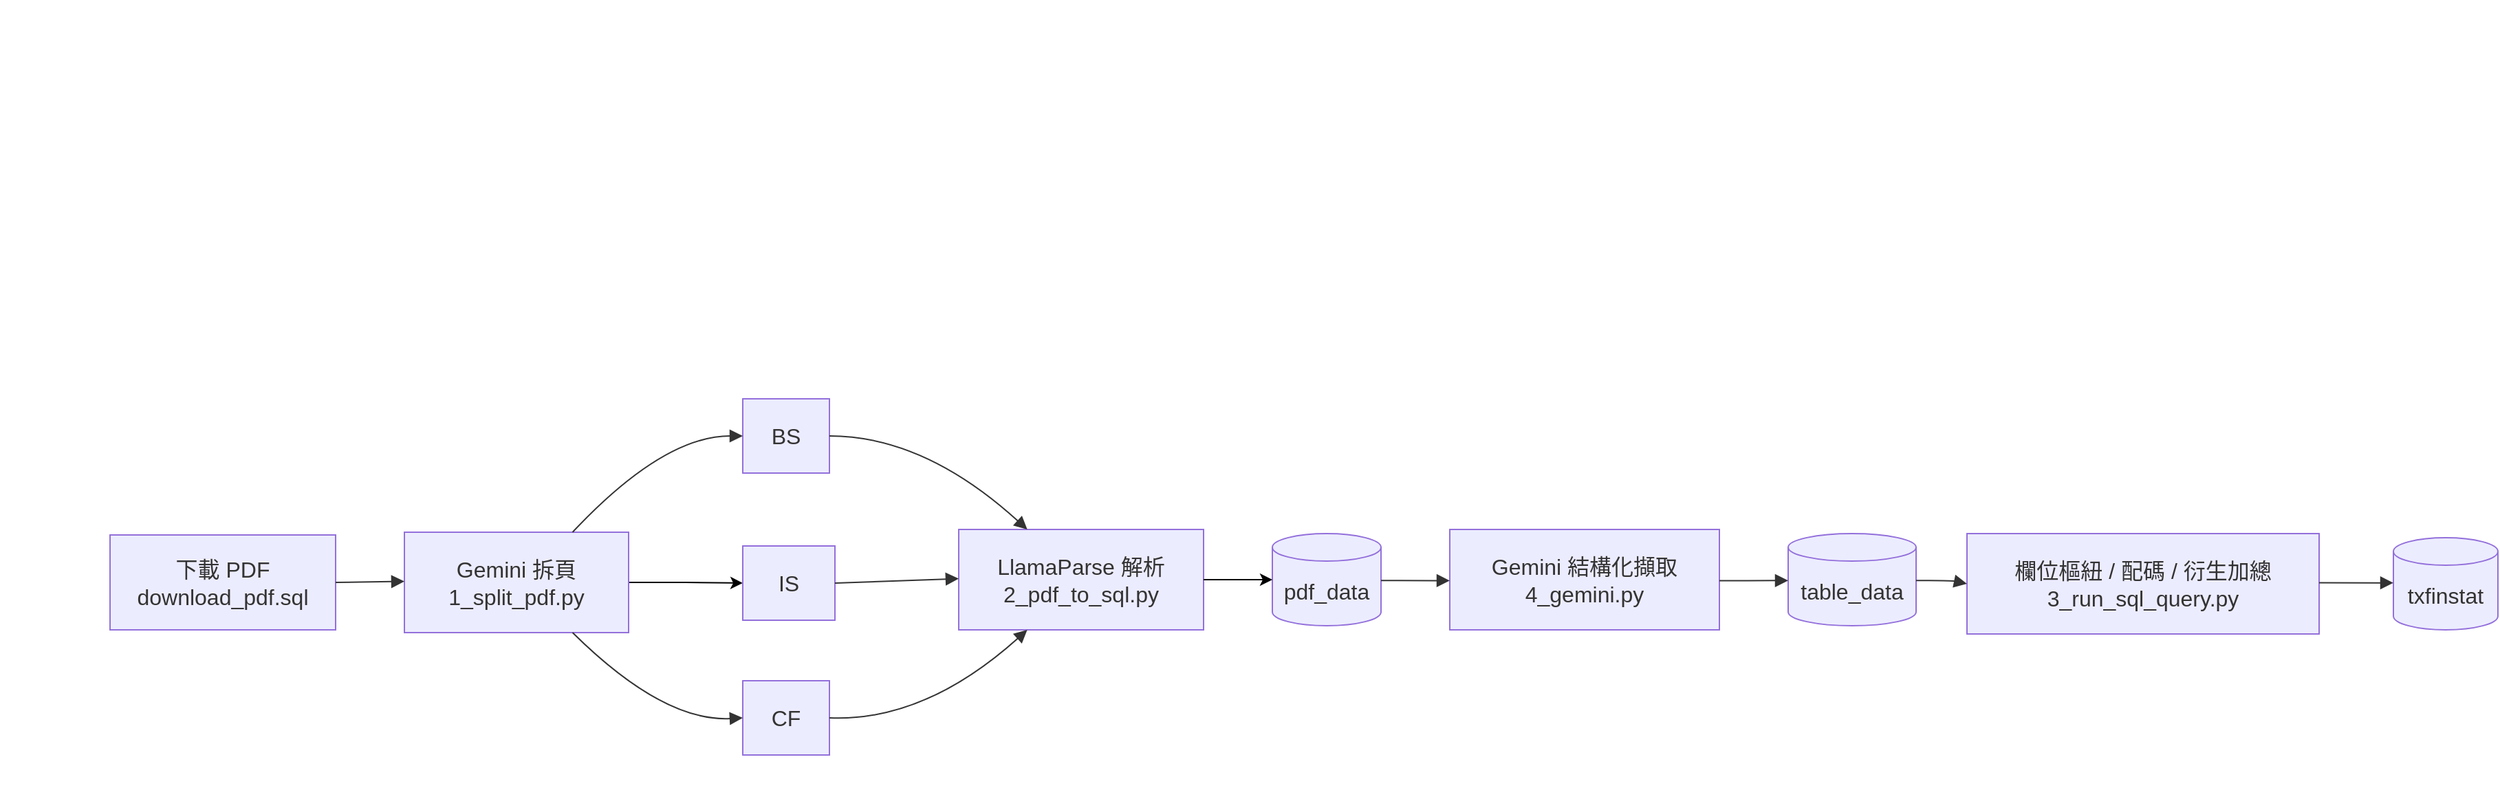
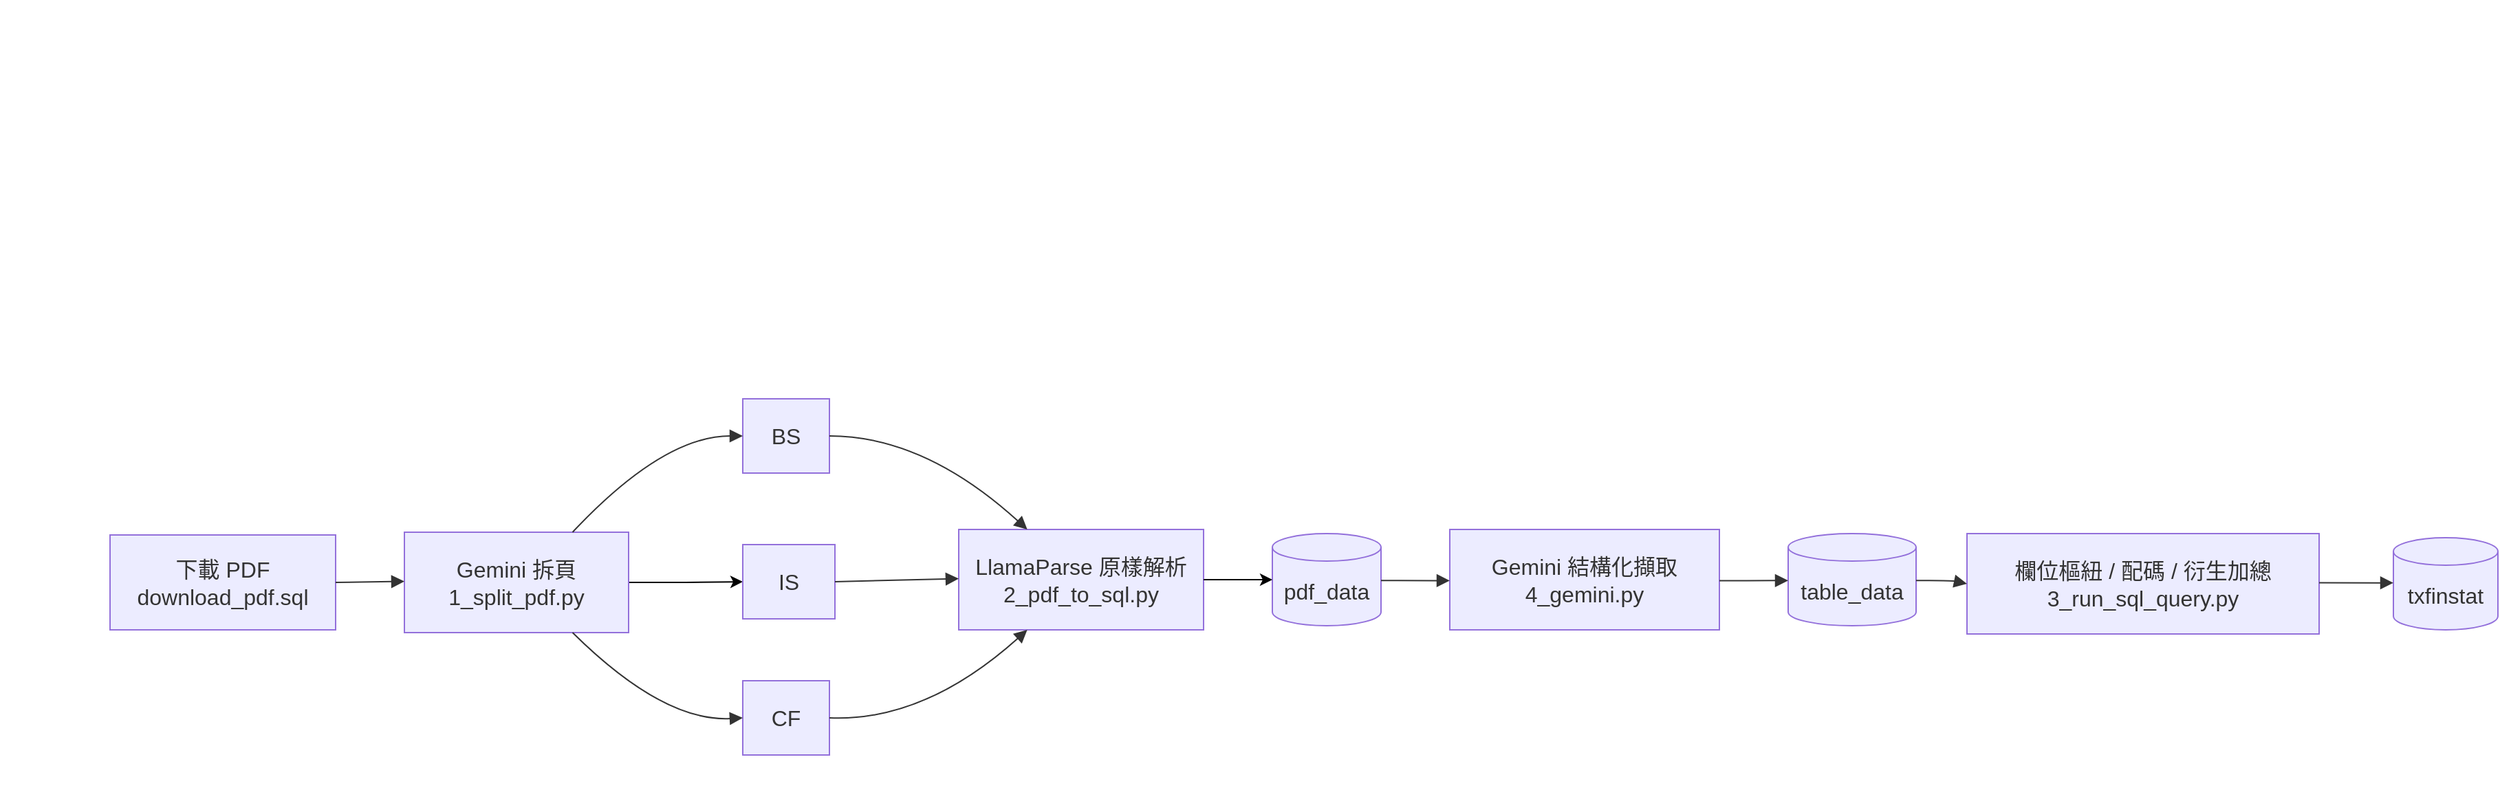
<mxfile host="app.diagrams.net" agent="Mozilla/5.0 (Windows NT 10.0; Win64; x64) AppleWebKit/537.36 (KHTML, like Gecko) Chrome/149.0.0.0 Safari/537.36">
  <diagram name="第 1 页" id="5wr4hw0qbn9dIjVRQ1fE">
-     <mxGraphModel dx="916" dy="534" grid="1" gridSize="10" guides="1" tooltips="1" connect="1" arrows="1" fold="1" page="1" pageScale="1" pageWidth="1169" pageHeight="827" math="0" shadow="0">
+     <mxGraphModel dx="4580" dy="2670" grid="1" gridSize="10" guides="1" tooltips="1" connect="1" arrows="1" fold="1" page="1" pageScale="1" pageWidth="1169" pageHeight="827" math="0" shadow="0">
      <root>
        <mxCell id="0" />
        <mxCell id="1" parent="0" />
        <UserObject label="" mermaidData="{&#xa;  &quot;data&quot;: &quot;flowchart LR\n  A[下載 PDF] --&gt; B[\&quot;Gemini 拆頁&lt;br&gt;1_split_pdf.py\&quot;]\n  B --&gt; C1[資產負債表]\n  B --&gt; C2[損益表]\n  B --&gt; C3[現金流量表]\n  C1 &amp; C2 &amp; C3 --&gt; D[\&quot;LlamaParse 解析&lt;br&gt;2_pdf_to_sql.py\&quot;]\n  D --&gt; E[(pdf_data)]\n  E --&gt; G[\&quot;Gemini 結構化擷取&lt;br&gt;4_gemini.py\&quot;]\n  G --&gt; F[(table_data)]\n  F --&gt; I[\&quot;欄位樞紐 / 配碼 / 衍生加總&lt;br&gt;3_run_sql_query.py\&quot;]\n  I --&gt; H[(txfinstat)]\n  B &amp; D -- \&quot;1,2 完成後\&quot; --&gt; I&quot;,&#xa;  &quot;config&quot;: null&#xa;}" id="uEy8U-7W5a8DpbSbEBy_-81">
          <mxCell connectable="0" parent="1" style="group;transparentBounds=1;editIcon=1;lockedGroup=0;groupPadding=20;" vertex="1">
            <mxGeometry height="572" width="610" as="geometry" />
          </mxCell>
        </UserObject>
        <UserObject label="下載 PDF&lt;div&gt;download_pdf.sql&lt;/div&gt;" mermaidId="n:A" mermaidBaseStyle="html=1;whiteSpace=wrap;strokeWidth=1;fillColor=light-dark(#ECECFF,#1f2020);strokeColor=light-dark(#9370DB,#cccccc);fontColor=light-dark(#333333,#cccccc);fontFamily=Trebuchet MS,Verdana,Arial,sans-serif;fontSize=16;" mermaidBaseValue="下載 PDF" id="uEy8U-7W5a8DpbSbEBy_-82">
          <mxCell parent="uEy8U-7W5a8DpbSbEBy_-81" style="html=1;whiteSpace=wrap;strokeWidth=1;fillColor=light-dark(#ECECFF,#1f2020);strokeColor=light-dark(#9370DB,#cccccc);fontColor=light-dark(#333333,#cccccc);fontFamily=Trebuchet MS,Verdana,Arial,sans-serif;fontSize=16;" vertex="1">
            <mxGeometry height="69" width="164" x="80" y="389" as="geometry" />
          </mxCell>
        </UserObject>
        <mxCell id="uEy8U-7W5a8DpbSbEBy_-109" edge="1" parent="uEy8U-7W5a8DpbSbEBy_-81" source="uEy8U-7W5a8DpbSbEBy_-83" style="edgeStyle=orthogonalEdgeStyle;rounded=0;orthogonalLoop=1;jettySize=auto;html=1;exitX=1;exitY=0.5;exitDx=0;exitDy=0;entryX=0;entryY=0.5;entryDx=0;entryDy=0;" target="uEy8U-7W5a8DpbSbEBy_-85">
          <mxGeometry relative="1" as="geometry" />
        </mxCell>
        <UserObject label="Gemini 拆頁&#xa;1_split_pdf.py" mermaidId="n:B" mermaidBaseStyle="html=1;whiteSpace=wrap;strokeWidth=1;fillColor=light-dark(#ECECFF,#1f2020);strokeColor=light-dark(#9370DB,#cccccc);fontColor=light-dark(#333333,#cccccc);fontFamily=Trebuchet MS,Verdana,Arial,sans-serif;fontSize=16;" mermaidBaseValue="Gemini 拆頁&#xa;1_split_pdf.py" id="uEy8U-7W5a8DpbSbEBy_-83">
          <mxCell parent="uEy8U-7W5a8DpbSbEBy_-81" style="html=1;whiteSpace=wrap;strokeWidth=1;fillColor=light-dark(#ECECFF,#1f2020);strokeColor=light-dark(#9370DB,#cccccc);fontColor=light-dark(#333333,#cccccc);fontFamily=Trebuchet MS,Verdana,Arial,sans-serif;fontSize=16;" vertex="1">
            <mxGeometry height="73" width="163" x="294" y="387" as="geometry" />
          </mxCell>
        </UserObject>
        <UserObject label="BS" mermaidId="n:C1" mermaidBaseStyle="html=1;whiteSpace=wrap;strokeWidth=1;fillColor=light-dark(#ECECFF,#1f2020);strokeColor=light-dark(#9370DB,#cccccc);fontColor=light-dark(#333333,#cccccc);fontFamily=Trebuchet MS,Verdana,Arial,sans-serif;fontSize=16;" mermaidBaseValue="資產負債表" id="uEy8U-7W5a8DpbSbEBy_-84">
          <mxCell parent="uEy8U-7W5a8DpbSbEBy_-81" style="html=1;whiteSpace=wrap;strokeWidth=1;fillColor=light-dark(#ECECFF,#1f2020);strokeColor=light-dark(#9370DB,#cccccc);fontColor=light-dark(#333333,#cccccc);fontFamily=Trebuchet MS,Verdana,Arial,sans-serif;fontSize=16;" vertex="1">
            <mxGeometry height="54" width="63" x="540" y="290" as="geometry" />
          </mxCell>
        </UserObject>
        <UserObject label="IS" mermaidId="n:C2" mermaidBaseStyle="html=1;whiteSpace=wrap;strokeWidth=1;fillColor=light-dark(#ECECFF,#1f2020);strokeColor=light-dark(#9370DB,#cccccc);fontColor=light-dark(#333333,#cccccc);fontFamily=Trebuchet MS,Verdana,Arial,sans-serif;fontSize=16;" mermaidBaseValue="損益表" id="uEy8U-7W5a8DpbSbEBy_-85">
          <mxCell parent="uEy8U-7W5a8DpbSbEBy_-81" style="html=1;whiteSpace=wrap;strokeWidth=1;fillColor=light-dark(#ECECFF,#1f2020);strokeColor=light-dark(#9370DB,#cccccc);fontColor=light-dark(#333333,#cccccc);fontFamily=Trebuchet MS,Verdana,Arial,sans-serif;fontSize=16;" vertex="1">
-             <mxGeometry height="54" width="67" x="540" y="397" as="geometry" />
+             <mxGeometry height="54" width="67" x="540" y="396" as="geometry" />
          </mxCell>
        </UserObject>
        <UserObject label="CF" mermaidId="n:C3" mermaidBaseStyle="html=1;whiteSpace=wrap;strokeWidth=1;fillColor=light-dark(#ECECFF,#1f2020);strokeColor=light-dark(#9370DB,#cccccc);fontColor=light-dark(#333333,#cccccc);fontFamily=Trebuchet MS,Verdana,Arial,sans-serif;fontSize=16;" mermaidBaseValue="現金流量表" id="uEy8U-7W5a8DpbSbEBy_-86">
          <mxCell parent="uEy8U-7W5a8DpbSbEBy_-81" style="html=1;whiteSpace=wrap;strokeWidth=1;fillColor=light-dark(#ECECFF,#1f2020);strokeColor=light-dark(#9370DB,#cccccc);fontColor=light-dark(#333333,#cccccc);fontFamily=Trebuchet MS,Verdana,Arial,sans-serif;fontSize=16;" vertex="1">
            <mxGeometry height="54" width="63" x="540" y="495" as="geometry" />
          </mxCell>
        </UserObject>
-         <UserObject label="LlamaParse 解析&#xa;2_pdf_to_sql.py" mermaidId="n:D" mermaidBaseStyle="html=1;whiteSpace=wrap;strokeWidth=1;fillColor=light-dark(#ECECFF,#1f2020);strokeColor=light-dark(#9370DB,#cccccc);fontColor=light-dark(#333333,#cccccc);fontFamily=Trebuchet MS,Verdana,Arial,sans-serif;fontSize=16;" mermaidBaseValue="LlamaParse 解析&#xa;2_pdf_to_sql.py" id="uEy8U-7W5a8DpbSbEBy_-87">
+         <UserObject label="LlamaParse 原樣解析&lt;br&gt;2_pdf_to_sql.py" mermaidId="n:D" mermaidBaseStyle="html=1;whiteSpace=wrap;strokeWidth=1;fillColor=light-dark(#ECECFF,#1f2020);strokeColor=light-dark(#9370DB,#cccccc);fontColor=light-dark(#333333,#cccccc);fontFamily=Trebuchet MS,Verdana,Arial,sans-serif;fontSize=16;" mermaidBaseValue="LlamaParse 解析&#xa;2_pdf_to_sql.py" id="uEy8U-7W5a8DpbSbEBy_-87">
          <mxCell parent="uEy8U-7W5a8DpbSbEBy_-81" style="html=1;whiteSpace=wrap;strokeWidth=1;fillColor=light-dark(#ECECFF,#1f2020);strokeColor=light-dark(#9370DB,#cccccc);fontColor=light-dark(#333333,#cccccc);fontFamily=Trebuchet MS,Verdana,Arial,sans-serif;fontSize=16;" vertex="1">
            <mxGeometry height="73" width="178" x="697" y="385" as="geometry" />
          </mxCell>
        </UserObject>
        <UserObject label="pdf_data" mermaidId="n:E" mermaidBaseStyle="html=1;shape=cylinder3;boundedLbl=1;backgroundOutline=1;size=10;strokeWidth=1;whiteSpace=wrap;fillColor=light-dark(#ECECFF,#1f2020);strokeColor=light-dark(#9370DB,#cccccc);fontColor=light-dark(#333333,#cccccc);fontFamily=Trebuchet MS,Verdana,Arial,sans-serif;fontSize=16;" mermaidBaseValue="pdf_data" id="uEy8U-7W5a8DpbSbEBy_-88">
          <mxCell parent="uEy8U-7W5a8DpbSbEBy_-81" style="html=1;shape=cylinder3;boundedLbl=1;backgroundOutline=1;size=10;strokeWidth=1;whiteSpace=wrap;fillColor=light-dark(#ECECFF,#1f2020);strokeColor=light-dark(#9370DB,#cccccc);fontColor=light-dark(#333333,#cccccc);fontFamily=Trebuchet MS,Verdana,Arial,sans-serif;fontSize=16;" vertex="1">
            <mxGeometry height="67" width="79" x="925" y="388" as="geometry" />
          </mxCell>
        </UserObject>
        <UserObject label="Gemini 結構化擷取&#xa;4_gemini.py" mermaidId="n:G" mermaidBaseStyle="html=1;whiteSpace=wrap;strokeWidth=1;fillColor=light-dark(#ECECFF,#1f2020);strokeColor=light-dark(#9370DB,#cccccc);fontColor=light-dark(#333333,#cccccc);fontFamily=Trebuchet MS,Verdana,Arial,sans-serif;fontSize=16;" mermaidBaseValue="Gemini 結構化擷取&#xa;4_gemini.py" id="uEy8U-7W5a8DpbSbEBy_-89">
          <mxCell parent="uEy8U-7W5a8DpbSbEBy_-81" style="html=1;whiteSpace=wrap;strokeWidth=1;fillColor=light-dark(#ECECFF,#1f2020);strokeColor=light-dark(#9370DB,#cccccc);fontColor=light-dark(#333333,#cccccc);fontFamily=Trebuchet MS,Verdana,Arial,sans-serif;fontSize=16;" vertex="1">
            <mxGeometry height="73" width="196" x="1054" y="385" as="geometry" />
          </mxCell>
        </UserObject>
        <UserObject label="table_data" mermaidId="n:F" mermaidBaseStyle="html=1;shape=cylinder3;boundedLbl=1;backgroundOutline=1;size=10;strokeWidth=1;whiteSpace=wrap;fillColor=light-dark(#ECECFF,#1f2020);strokeColor=light-dark(#9370DB,#cccccc);fontColor=light-dark(#333333,#cccccc);fontFamily=Trebuchet MS,Verdana,Arial,sans-serif;fontSize=16;" mermaidBaseValue="table_data" id="uEy8U-7W5a8DpbSbEBy_-90">
          <mxCell parent="uEy8U-7W5a8DpbSbEBy_-81" style="html=1;shape=cylinder3;boundedLbl=1;backgroundOutline=1;size=10;strokeWidth=1;whiteSpace=wrap;fillColor=light-dark(#ECECFF,#1f2020);strokeColor=light-dark(#9370DB,#cccccc);fontColor=light-dark(#333333,#cccccc);fontFamily=Trebuchet MS,Verdana,Arial,sans-serif;fontSize=16;" vertex="1">
            <mxGeometry height="67" width="93" x="1300" y="388" as="geometry" />
          </mxCell>
        </UserObject>
        <UserObject label="欄位樞紐 / 配碼 / 衍生加總&#xa;3_run_sql_query.py" mermaidId="n:I" mermaidBaseStyle="html=1;whiteSpace=wrap;strokeWidth=1;fillColor=light-dark(#ECECFF,#1f2020);strokeColor=light-dark(#9370DB,#cccccc);fontColor=light-dark(#333333,#cccccc);fontFamily=Trebuchet MS,Verdana,Arial,sans-serif;fontSize=16;" mermaidBaseValue="欄位樞紐 / 配碼 / 衍生加總&#xa;3_run_sql_query.py" id="uEy8U-7W5a8DpbSbEBy_-91">
          <mxCell parent="uEy8U-7W5a8DpbSbEBy_-81" style="html=1;whiteSpace=wrap;strokeWidth=1;fillColor=light-dark(#ECECFF,#1f2020);strokeColor=light-dark(#9370DB,#cccccc);fontColor=light-dark(#333333,#cccccc);fontFamily=Trebuchet MS,Verdana,Arial,sans-serif;fontSize=16;" vertex="1">
            <mxGeometry height="73" width="256" x="1430" y="388" as="geometry" />
          </mxCell>
        </UserObject>
        <UserObject label="txfinstat" mermaidId="n:H" mermaidBaseStyle="html=1;shape=cylinder3;boundedLbl=1;backgroundOutline=1;size=10;strokeWidth=1;whiteSpace=wrap;fillColor=light-dark(#ECECFF,#1f2020);strokeColor=light-dark(#9370DB,#cccccc);fontColor=light-dark(#333333,#cccccc);fontFamily=Trebuchet MS,Verdana,Arial,sans-serif;fontSize=16;" mermaidBaseValue="txfinstat" id="uEy8U-7W5a8DpbSbEBy_-92">
          <mxCell parent="uEy8U-7W5a8DpbSbEBy_-81" style="html=1;shape=cylinder3;boundedLbl=1;backgroundOutline=1;size=10;strokeWidth=1;whiteSpace=wrap;fillColor=light-dark(#ECECFF,#1f2020);strokeColor=light-dark(#9370DB,#cccccc);fontColor=light-dark(#333333,#cccccc);fontFamily=Trebuchet MS,Verdana,Arial,sans-serif;fontSize=16;" vertex="1">
            <mxGeometry height="67" width="76" x="1740" y="391" as="geometry" />
          </mxCell>
        </UserObject>
        <UserObject label="" mermaidId="e:A-&gt;B#0" mermaidBaseStyle="curved=1;startArrow=none;endArrow=block;endSize=7;strokeColor=light-dark(#333333,#cccccc);exitX=1;exitY=0.5;entryX=0;entryY=0.49;" mermaidBaseValue="" id="uEy8U-7W5a8DpbSbEBy_-93">
          <mxCell edge="1" parent="uEy8U-7W5a8DpbSbEBy_-81" source="uEy8U-7W5a8DpbSbEBy_-82" style="curved=1;startArrow=none;endArrow=block;endSize=7;strokeColor=light-dark(#333333,#cccccc);exitX=1;exitY=0.5;entryX=0;entryY=0.49;rounded=0;" target="uEy8U-7W5a8DpbSbEBy_-83">
            <mxGeometry relative="1" as="geometry">
              <Array as="points" />
            </mxGeometry>
          </mxCell>
        </UserObject>
        <UserObject label="" mermaidId="e:B-&gt;C1#0" mermaidBaseStyle="curved=1;startArrow=none;endArrow=block;endSize=7;strokeColor=light-dark(#333333,#cccccc);exitX=0.66;exitY=0;entryX=0;entryY=0.5;" mermaidBaseValue="" id="uEy8U-7W5a8DpbSbEBy_-94">
          <mxCell edge="1" parent="uEy8U-7W5a8DpbSbEBy_-81" source="uEy8U-7W5a8DpbSbEBy_-83" style="curved=1;startArrow=none;endArrow=block;endSize=7;strokeColor=light-dark(#333333,#cccccc);entryX=0;entryY=0.5;rounded=0;exitX=0.75;exitY=0;exitDx=0;exitDy=0;" target="uEy8U-7W5a8DpbSbEBy_-84">
            <mxGeometry relative="1" as="geometry">
              <Array as="points">
                <mxPoint x="482" y="317" />
              </Array>
              <mxPoint x="430" y="390" as="sourcePoint" />
            </mxGeometry>
          </mxCell>
        </UserObject>
        <UserObject label="" mermaidId="e:B-&gt;C3#0" mermaidBaseStyle="curved=1;startArrow=none;endArrow=block;endSize=7;strokeColor=light-dark(#333333,#cccccc);exitX=0.92;exitY=1;entryX=0;entryY=0.5;" mermaidBaseValue="" id="uEy8U-7W5a8DpbSbEBy_-96">
          <mxCell edge="1" parent="uEy8U-7W5a8DpbSbEBy_-81" source="uEy8U-7W5a8DpbSbEBy_-83" style="curved=1;startArrow=none;endArrow=block;endSize=7;strokeColor=light-dark(#333333,#cccccc);exitX=0.75;exitY=1;entryX=0;entryY=0.5;rounded=0;exitDx=0;exitDy=0;" target="uEy8U-7W5a8DpbSbEBy_-86">
            <mxGeometry relative="1" as="geometry">
              <Array as="points">
                <mxPoint x="482" y="525" />
              </Array>
            </mxGeometry>
          </mxCell>
        </UserObject>
        <UserObject label="" mermaidId="e:C1-&gt;D#0" mermaidBaseStyle="curved=1;startArrow=none;endArrow=block;endSize=7;strokeColor=light-dark(#333333,#cccccc);exitX=1;exitY=0.5;entryX=0.28;entryY=0;" mermaidBaseValue="" id="uEy8U-7W5a8DpbSbEBy_-97">
          <mxCell edge="1" parent="uEy8U-7W5a8DpbSbEBy_-81" source="uEy8U-7W5a8DpbSbEBy_-84" style="curved=1;startArrow=none;endArrow=block;endSize=7;strokeColor=light-dark(#333333,#cccccc);exitX=1;exitY=0.5;entryX=0.28;entryY=0;rounded=0;" target="uEy8U-7W5a8DpbSbEBy_-87">
            <mxGeometry relative="1" as="geometry">
              <Array as="points">
                <mxPoint x="672" y="317" />
              </Array>
            </mxGeometry>
          </mxCell>
        </UserObject>
        <UserObject label="" mermaidId="e:C2-&gt;D#0" mermaidBaseStyle="curved=1;startArrow=none;endArrow=block;endSize=7;strokeColor=light-dark(#333333,#cccccc);exitX=1;exitY=0.5;entryX=0;entryY=0.49;" mermaidBaseValue="" id="uEy8U-7W5a8DpbSbEBy_-98">
          <mxCell edge="1" parent="uEy8U-7W5a8DpbSbEBy_-81" source="uEy8U-7W5a8DpbSbEBy_-85" style="curved=1;startArrow=none;endArrow=block;endSize=7;strokeColor=light-dark(#333333,#cccccc);exitX=1;exitY=0.5;entryX=0;entryY=0.49;rounded=0;" target="uEy8U-7W5a8DpbSbEBy_-87">
            <mxGeometry relative="1" as="geometry">
              <Array as="points" />
            </mxGeometry>
          </mxCell>
        </UserObject>
        <UserObject label="" mermaidId="e:C3-&gt;D#0" mermaidBaseStyle="curved=1;startArrow=none;endArrow=block;endSize=7;strokeColor=light-dark(#333333,#cccccc);exitX=1;exitY=0.5;entryX=0.28;entryY=1;" mermaidBaseValue="" id="uEy8U-7W5a8DpbSbEBy_-99">
          <mxCell edge="1" parent="uEy8U-7W5a8DpbSbEBy_-81" source="uEy8U-7W5a8DpbSbEBy_-86" style="curved=1;startArrow=none;endArrow=block;endSize=7;strokeColor=light-dark(#333333,#cccccc);exitX=1;exitY=0.5;entryX=0.28;entryY=1;rounded=0;" target="uEy8U-7W5a8DpbSbEBy_-87">
            <mxGeometry relative="1" as="geometry">
              <Array as="points">
                <mxPoint x="672" y="525" />
              </Array>
            </mxGeometry>
          </mxCell>
        </UserObject>
        <UserObject label="" mermaidId="e:E-&gt;G#0" mermaidBaseStyle="curved=1;startArrow=none;endArrow=block;endSize=7;strokeColor=light-dark(#333333,#cccccc);exitX=1;exitY=0.51;entryX=0;entryY=0.51;" mermaidBaseValue="" id="uEy8U-7W5a8DpbSbEBy_-101">
          <mxCell edge="1" parent="uEy8U-7W5a8DpbSbEBy_-81" source="uEy8U-7W5a8DpbSbEBy_-88" style="curved=1;startArrow=none;endArrow=block;endSize=7;strokeColor=light-dark(#333333,#cccccc);exitX=1;exitY=0.51;entryX=0;entryY=0.51;rounded=0;" target="uEy8U-7W5a8DpbSbEBy_-89">
            <mxGeometry relative="1" as="geometry">
              <Array as="points" />
            </mxGeometry>
          </mxCell>
        </UserObject>
        <UserObject label="" mermaidId="e:G-&gt;F#0" mermaidBaseStyle="curved=1;startArrow=none;endArrow=block;endSize=7;strokeColor=light-dark(#333333,#cccccc);exitX=1;exitY=0.51;entryX=0;entryY=0.51;" mermaidBaseValue="" id="uEy8U-7W5a8DpbSbEBy_-102">
          <mxCell edge="1" parent="uEy8U-7W5a8DpbSbEBy_-81" source="uEy8U-7W5a8DpbSbEBy_-89" style="curved=1;startArrow=none;endArrow=block;endSize=7;strokeColor=light-dark(#333333,#cccccc);exitX=1;exitY=0.51;entryX=0;entryY=0.51;rounded=0;" target="uEy8U-7W5a8DpbSbEBy_-90">
            <mxGeometry relative="1" as="geometry">
              <Array as="points" />
            </mxGeometry>
          </mxCell>
        </UserObject>
        <UserObject label="" mermaidId="e:F-&gt;I#0" mermaidBaseStyle="curved=1;startArrow=none;endArrow=block;endSize=7;strokeColor=light-dark(#333333,#cccccc);exitX=1;exitY=0.51;entryX=0.3;entryY=0;" mermaidBaseValue="" id="uEy8U-7W5a8DpbSbEBy_-103">
          <mxCell edge="1" parent="uEy8U-7W5a8DpbSbEBy_-81" source="uEy8U-7W5a8DpbSbEBy_-90" style="curved=1;startArrow=none;endArrow=block;endSize=7;strokeColor=light-dark(#333333,#cccccc);exitX=1;exitY=0.51;entryX=0;entryY=0.5;rounded=0;entryDx=0;entryDy=0;" target="uEy8U-7W5a8DpbSbEBy_-91">
            <mxGeometry relative="1" as="geometry">
              <Array as="points">
                <mxPoint x="1418" y="422" />
              </Array>
            </mxGeometry>
          </mxCell>
        </UserObject>
        <UserObject label="" mermaidId="e:I-&gt;H#0" mermaidBaseStyle="curved=1;startArrow=none;endArrow=block;endSize=7;strokeColor=light-dark(#333333,#cccccc);exitX=1;exitY=0.49;entryX=0;entryY=0.49;" mermaidBaseValue="" id="uEy8U-7W5a8DpbSbEBy_-104">
          <mxCell edge="1" parent="uEy8U-7W5a8DpbSbEBy_-81" source="uEy8U-7W5a8DpbSbEBy_-91" style="curved=1;startArrow=none;endArrow=block;endSize=7;strokeColor=light-dark(#333333,#cccccc);exitX=1;exitY=0.49;entryX=0;entryY=0.49;rounded=0;" target="uEy8U-7W5a8DpbSbEBy_-92">
            <mxGeometry relative="1" as="geometry">
              <Array as="points" />
            </mxGeometry>
          </mxCell>
        </UserObject>
        <mxCell id="uEy8U-7W5a8DpbSbEBy_-108" edge="1" parent="uEy8U-7W5a8DpbSbEBy_-81" source="uEy8U-7W5a8DpbSbEBy_-87" style="edgeStyle=orthogonalEdgeStyle;rounded=0;orthogonalLoop=1;jettySize=auto;html=1;exitX=1;exitY=0.5;exitDx=0;exitDy=0;entryX=0;entryY=0.5;entryDx=0;entryDy=0;entryPerimeter=0;" target="uEy8U-7W5a8DpbSbEBy_-88">
          <mxGeometry relative="1" as="geometry" />
        </mxCell>
      </root>
    </mxGraphModel>
  </diagram>
</mxfile>
